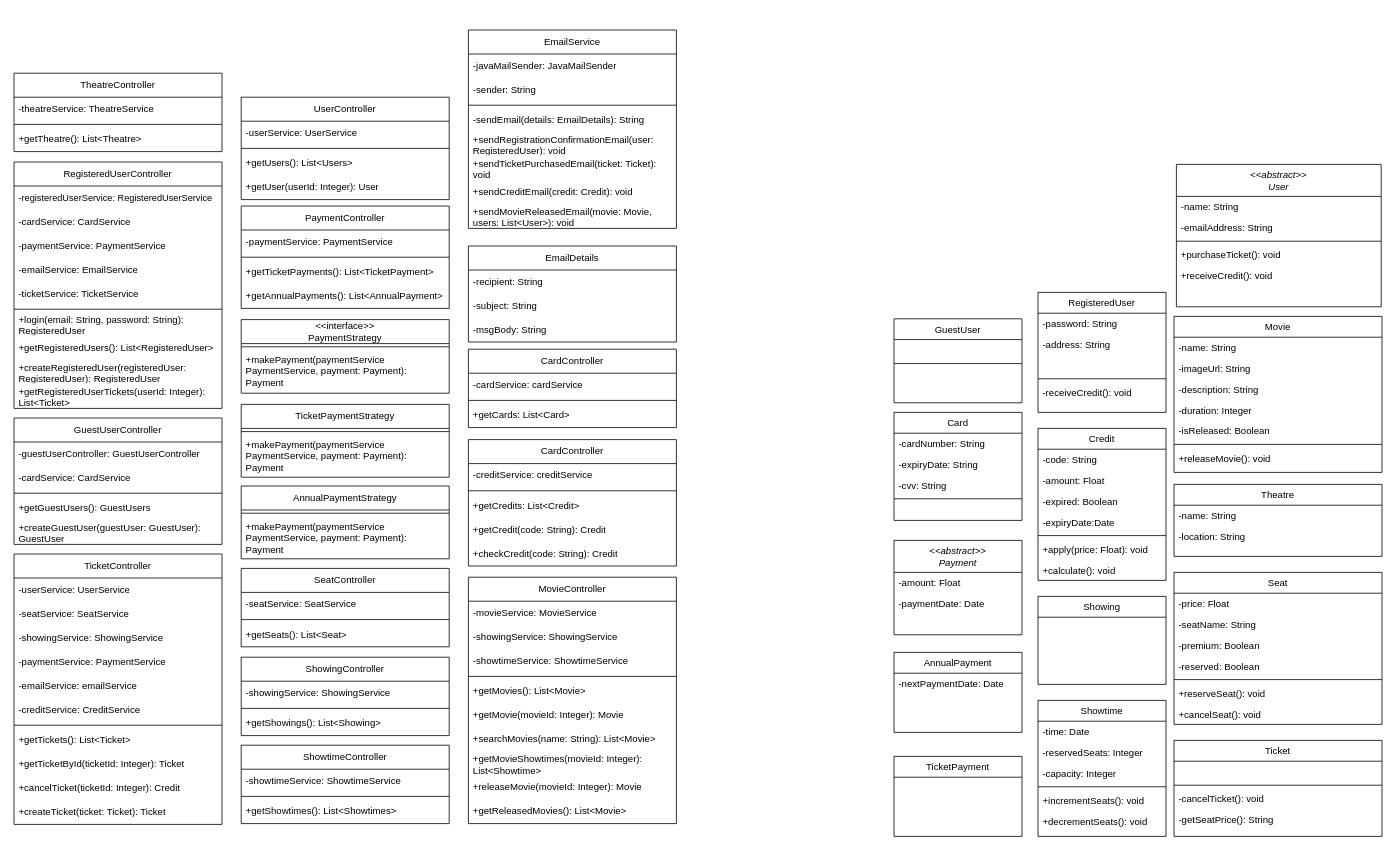
Before: doc/drawio/MostRecent/ClassDiagramNoRelationship.drawio in ticket-kings/movie-theatre-system-backend, a draw.io diagram. Source tidied: cells renumbered, new cells numbered last; positions are measured from the earlier drawing's top-left corner, leaving out a move shared by most shapes. Both pictures are drawn from the tidied source at 80%, with x=0, y=0 at pixel (14, 30).
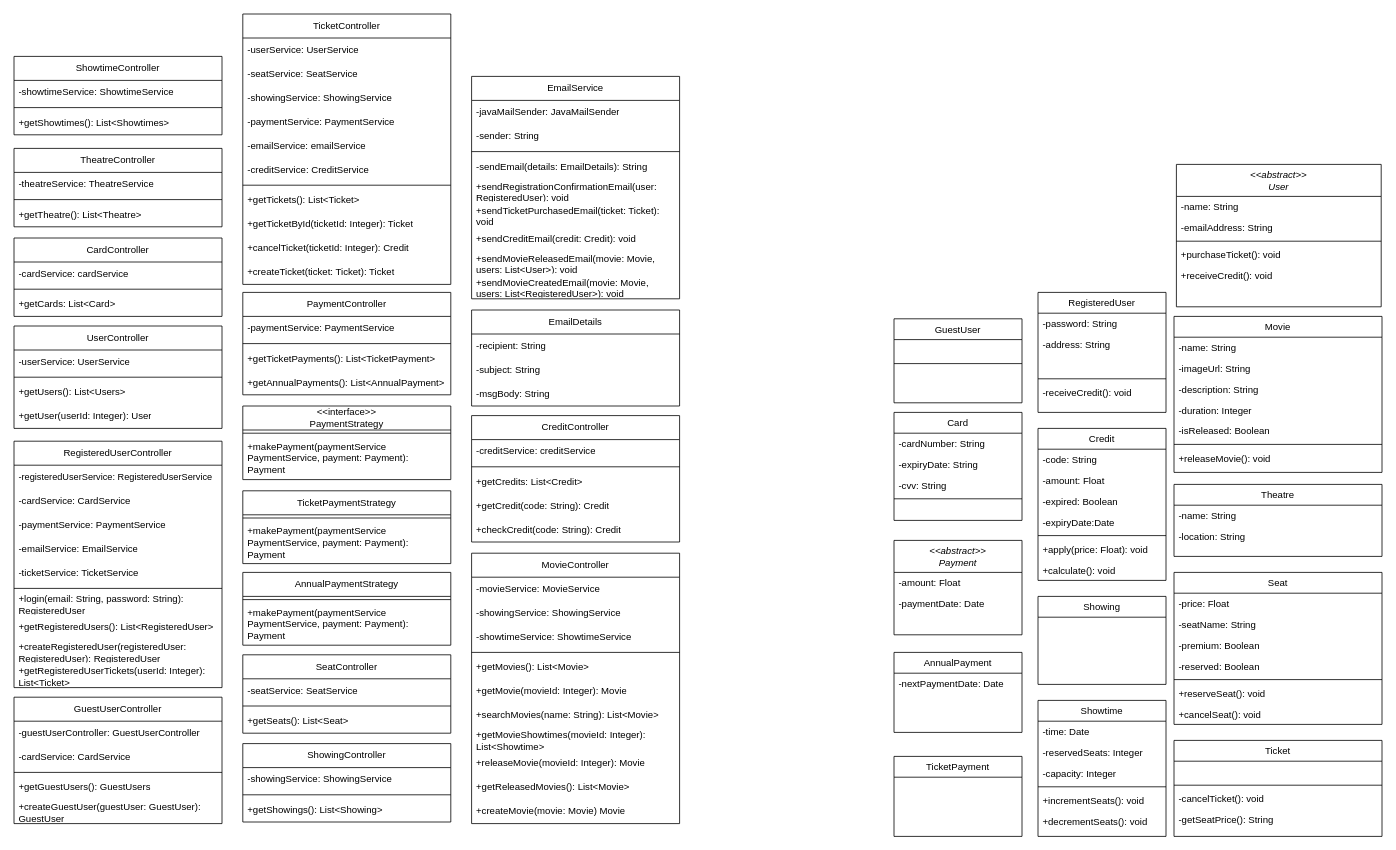
After the change.

Commit message (it also covers changes not shown here):
Updated no relationship class diagram and final document

Diff of the diagram source:
```diff
@@
     <mxCell id="70" value="EmailService" style="swimlane;fontStyle=0;horizontal=1;startSize=30;whiteSpace=wrap;html=1;" parent="1" vertex="1">
-      <mxGeometry x="568" width="260" height="248" as="geometry" />
+      <mxGeometry x="572" y="58" width="260" height="278" as="geometry" />
     </mxCell>
@@
+    <mxCell id="168" value="+sendMovieCreatedEmail(movie: Movie, users: List&amp;lt;RegisteredUser&amp;gt;): void" style="text;strokeColor=none;fillColor=none;align=left;verticalAlign=middle;spacingLeft=4;spacingRight=4;overflow=hidden;whiteSpace=wrap;html=1;" parent="70" vertex="1">
+      <mxGeometry y="248" width="260" height="30" as="geometry" />
+    </mxCell>
     <mxCell id="79" value="EmailDetails" style="swimlane;fontStyle=0;horizontal=1;startSize=30;whiteSpace=wrap;html=1;" parent="1" vertex="1">
-      <mxGeometry x="568" y="270" width="260" height="120" as="geometry" />
+      <mxGeometry x="572" y="350" width="260" height="120" as="geometry" />
     </mxCell>
@@
     <mxCell id="83" value="CardController" style="swimlane;fontStyle=0;horizontal=1;startSize=30;whiteSpace=wrap;html=1;" parent="1" vertex="1">
-      <mxGeometry x="568" y="399" width="260" height="98" as="geometry" />
+      <mxGeometry y="260" width="260" height="98" as="geometry" />
     </mxCell>
@@
-    <mxCell id="87" value="CardController" style="swimlane;fontStyle=0;horizontal=1;startSize=30;whiteSpace=wrap;html=1;" parent="1" vertex="1">
-      <mxGeometry x="568" y="512" width="260" height="158" as="geometry" />
+    <mxCell id="87" value="CreditController" style="swimlane;fontStyle=0;horizontal=1;startSize=30;whiteSpace=wrap;html=1;" parent="1" vertex="1">
+      <mxGeometry x="572" y="482" width="260" height="158" as="geometry" />
     </mxCell>
@@
     <mxCell id="93" value="MovieController" style="swimlane;fontStyle=0;horizontal=1;startSize=30;whiteSpace=wrap;html=1;" parent="1" vertex="1">
-      <mxGeometry x="568" y="684" width="260" height="308" as="geometry" />
+      <mxGeometry x="572" y="654" width="260" height="338" as="geometry" />
     </mxCell>
@@
+    <mxCell id="169" value="+createMovie(movie: Movie) Movie" style="text;strokeColor=none;fillColor=none;align=left;verticalAlign=middle;spacingLeft=4;spacingRight=4;overflow=hidden;whiteSpace=wrap;html=1;" parent="93" vertex="1">
+      <mxGeometry y="308" width="260" height="30" as="geometry" />
+    </mxCell>
     <mxCell id="104" value="PaymentController" style="swimlane;fontStyle=0;horizontal=1;startSize=30;whiteSpace=wrap;html=1;" parent="1" vertex="1">
-      <mxGeometry x="284" y="220" width="260" height="128" as="geometry" />
+      <mxGeometry x="286" y="328" width="260" height="128" as="geometry" />
     </mxCell>
@@
     <mxCell id="109" value="&amp;lt;&amp;lt;interface&amp;gt;&amp;gt;&lt;br&gt;PaymentStrategy" style="swimlane;fontStyle=0;horizontal=1;startSize=30;whiteSpace=wrap;html=1;" parent="1" vertex="1">
-      <mxGeometry x="284" y="362" width="260" height="92" as="geometry" />
+      <mxGeometry x="286" y="470" width="260" height="92" as="geometry" />
     </mxCell>
@@
     <mxCell id="112" value="TicketPaymentStrategy" style="swimlane;fontStyle=0;horizontal=1;startSize=30;whiteSpace=wrap;html=1;" parent="1" vertex="1">
-      <mxGeometry x="284" y="468" width="260" height="91" as="geometry" />
+      <mxGeometry x="286" y="576" width="260" height="91" as="geometry" />
     </mxCell>
@@
     <mxCell id="115" value="AnnualPaymentStrategy" style="swimlane;fontStyle=0;horizontal=1;startSize=30;whiteSpace=wrap;html=1;" parent="1" vertex="1">
-      <mxGeometry x="284" y="570" width="260" height="91" as="geometry" />
+      <mxGeometry x="286" y="678" width="260" height="91" as="geometry" />
     </mxCell>
@@
     <mxCell id="118" value="SeatController" style="swimlane;fontStyle=0;horizontal=1;startSize=30;whiteSpace=wrap;html=1;" parent="1" vertex="1">
-      <mxGeometry x="284" y="673" width="260" height="98" as="geometry" />
+      <mxGeometry x="286" y="781" width="260" height="98" as="geometry" />
     </mxCell>
@@
     <mxCell id="122" value="ShowingController" style="swimlane;fontStyle=0;horizontal=1;startSize=30;whiteSpace=wrap;html=1;" parent="1" vertex="1">
-      <mxGeometry x="284" y="784" width="260" height="98" as="geometry" />
+      <mxGeometry x="286" y="892" width="260" height="98" as="geometry" />
     </mxCell>
@@
     <mxCell id="126" value="ShowtimeController" style="swimlane;fontStyle=0;horizontal=1;startSize=30;whiteSpace=wrap;html=1;" parent="1" vertex="1">
-      <mxGeometry x="284" y="894" width="260" height="98" as="geometry" />
+      <mxGeometry y="33" width="260" height="98" as="geometry" />
     </mxCell>
@@
     <mxCell id="130" value="TheatreController" style="swimlane;fontStyle=0;horizontal=1;startSize=30;whiteSpace=wrap;html=1;" parent="1" vertex="1">
-      <mxGeometry y="54" width="260" height="98" as="geometry" />
+      <mxGeometry y="148" width="260" height="98" as="geometry" />
     </mxCell>
@@
     <mxCell id="134" value="UserController" style="swimlane;fontStyle=0;horizontal=1;startSize=30;whiteSpace=wrap;html=1;" parent="1" vertex="1">
-      <mxGeometry x="284" y="84" width="260" height="128" as="geometry" />
+      <mxGeometry y="370" width="260" height="128" as="geometry" />
     </mxCell>
@@
     <mxCell id="139" value="TicketController" style="swimlane;fontStyle=0;horizontal=1;startSize=30;whiteSpace=wrap;html=1;" parent="1" vertex="1">
-      <mxGeometry y="655" width="260" height="338" as="geometry" />
+      <mxGeometry x="286" y="-20" width="260" height="338" as="geometry" />
     </mxCell>
@@
     <mxCell id="151" value="RegisteredUserController" style="swimlane;fontStyle=0;horizontal=1;startSize=30;whiteSpace=wrap;html=1;" parent="1" vertex="1">
-      <mxGeometry y="165" width="260" height="308" as="geometry" />
+      <mxGeometry y="514" width="260" height="308" as="geometry" />
     </mxCell>
@@
     <mxCell id="162" value="GuestUserController" style="swimlane;fontStyle=0;horizontal=1;startSize=30;whiteSpace=wrap;html=1;" parent="1" vertex="1">
-      <mxGeometry y="485" width="260" height="158" as="geometry" />
+      <mxGeometry y="834" width="260" height="158" as="geometry" />
     </mxCell>
```
